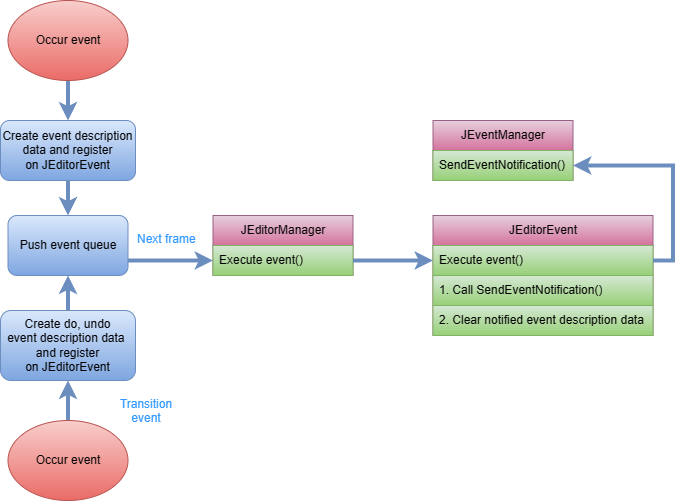
This is docs/Image/Editor/EditorEventProcess.drawio.png from nupnup-hub/JinEngine, a draw.io export, as it was before one commit. Source tidied: cells renumbered, new cells last; positions are measured from the earlier drawing's top-left corner, leaving out a move shared by most shapes. Source of this version:
```xml
<mxGraphModel>
  <root>
    <mxCell id="0" />
    <mxCell id="1" parent="0" />
    <mxCell id="2" style="endArrow=classic;html=1;rounded=0;strokeWidth=4;strokeColor=#B85450;fillColor=#e6d0de;gradientColor=#d5739d;exitX=0.25;exitY=0;exitDx=0;exitDy=0;entryX=0.249;entryY=0.999;entryDx=0;entryDy=0;entryPerimeter=0;" parent="1" edge="1">
      <mxGeometry relative="1" as="geometry">
        <mxPoint x="257.5" y="270" as="sourcePoint" />
        <mxPoint x="257.4" y="270" as="targetPoint" />
      </mxGeometry>
    </mxCell>
    <mxCell id="3" style="endArrow=classic;html=1;rounded=0;strokeWidth=4;strokeColor=#6c8ebf;fillColor=#dae8fc;gradientColor=#7ea6e0;entryX=0.5;entryY=0;entryDx=0;entryDy=0;exitX=0.5;exitY=1;exitDx=0;exitDy=0;" parent="1" edge="1" source="5" target="8">
      <mxGeometry relative="1" as="geometry" />
    </mxCell>
    <mxCell id="4" style="endArrow=classic;html=1;rounded=0;strokeWidth=4;strokeColor=#6c8ebf;fillColor=#dae8fc;gradientColor=#7ea6e0;exitX=1;exitY=0.75;exitDx=0;exitDy=0;entryX=0;entryY=0.5;entryDx=0;entryDy=0;" parent="1" edge="1" source="9" target="7">
      <mxGeometry relative="1" as="geometry" />
    </mxCell>
    <mxCell id="5" value="Occur event" style="ellipse;whiteSpace=wrap;html=1;fillColor=#f8cecc;strokeColor=#b85450;gradientColor=#ea6b66;" parent="1" vertex="1">
      <mxGeometry x="7.5" width="120" height="80" as="geometry" />
    </mxCell>
    <mxCell id="6" value="JEditorManager" style="swimlane;fontStyle=0;horizontal=1;startSize=30;whiteSpace=wrap;html=1;fillColor=#e6d0de;gradientColor=#d5739d;strokeColor=#996185;" parent="1" vertex="1">
      <mxGeometry x="212.5" y="215" width="140" height="60" as="geometry" />
    </mxCell>
    <mxCell id="7" value="Execute event()" style="text;strokeColor=#82b366;fillColor=#d5e8d4;align=left;verticalAlign=middle;spacingLeft=4;spacingRight=4;overflow=hidden;points=[[0,0.5],[1,0.5]];portConstraint=eastwest;whiteSpace=wrap;html=1;gradientColor=#97d077;" parent="6" vertex="1">
      <mxGeometry y="30" width="140" height="30" as="geometry" />
    </mxCell>
    <mxCell id="8" value="Create event&amp;nbsp;description data and register on&amp;nbsp;JEditorEvent" style="rounded=1;whiteSpace=wrap;html=1;fillColor=#dae8fc;strokeColor=#6c8ebf;gradientColor=#7ea6e0;" parent="1" vertex="1">
      <mxGeometry y="120" width="135" height="60" as="geometry" />
    </mxCell>
    <mxCell id="9" value="Push event queue" style="rounded=1;whiteSpace=wrap;html=1;fillColor=#dae8fc;strokeColor=#6c8ebf;gradientColor=#7ea6e0;" parent="1" vertex="1">
      <mxGeometry x="7.5" y="215" width="120" height="60" as="geometry" />
    </mxCell>
    <mxCell id="10" style="endArrow=classic;html=1;rounded=0;exitX=0.5;exitY=1;exitDx=0;exitDy=0;strokeWidth=4;strokeColor=#6c8ebf;fillColor=#dae8fc;gradientColor=#7ea6e0;entryX=0.5;entryY=0;entryDx=0;entryDy=0;" parent="1" edge="1" source="8" target="9">
      <mxGeometry relative="1" as="geometry" />
    </mxCell>
    <mxCell id="11" value="&lt;div style=&quot;text-align: center;&quot;&gt;&lt;span style=&quot;background-color: initial;&quot;&gt;&lt;font color=&quot;#3399ff&quot;&gt;Next frame&lt;/font&gt;&lt;/span&gt;&lt;/div&gt;" style="text;whiteSpace=wrap;html=1;" parent="1" vertex="1">
      <mxGeometry x="135" y="225" width="70" height="30" as="geometry" />
    </mxCell>
    <mxCell id="12" value="JEventManager" style="swimlane;fontStyle=0;horizontal=1;startSize=30;whiteSpace=wrap;html=1;fillColor=#e6d0de;gradientColor=#d5739d;strokeColor=#996185;" parent="1" vertex="1">
      <mxGeometry x="432.5" y="120" width="140" height="60" as="geometry" />
    </mxCell>
    <mxCell id="13" value="SendEventNotification()" style="text;strokeColor=#82b366;fillColor=#d5e8d4;align=left;verticalAlign=middle;spacingLeft=4;spacingRight=4;overflow=hidden;points=[[0,0.5],[1,0.5]];portConstraint=eastwest;whiteSpace=wrap;html=1;gradientColor=#97d077;" parent="12" vertex="1">
      <mxGeometry y="30" width="140" height="30" as="geometry" />
    </mxCell>
    <mxCell id="14" value="JEditorEvent" style="swimlane;fontStyle=0;horizontal=1;startSize=30;whiteSpace=wrap;html=1;fillColor=#e6d0de;gradientColor=#d5739d;strokeColor=#996185;" parent="1" vertex="1">
      <mxGeometry x="432.5" y="215" width="220" height="120" as="geometry" />
    </mxCell>
    <mxCell id="15" value="Execute event()" style="text;strokeColor=#82b366;fillColor=#d5e8d4;align=left;verticalAlign=middle;spacingLeft=4;spacingRight=4;overflow=hidden;points=[[0,0.5],[1,0.5]];portConstraint=eastwest;whiteSpace=wrap;html=1;gradientColor=#97d077;" parent="14" vertex="1">
      <mxGeometry y="30" width="220" height="30" as="geometry" />
    </mxCell>
    <mxCell id="16" value="1. Call SendEventNotification()" style="text;strokeColor=#82b366;fillColor=#d5e8d4;align=left;verticalAlign=middle;spacingLeft=4;spacingRight=4;overflow=hidden;points=[[0,0.5],[1,0.5]];portConstraint=eastwest;whiteSpace=wrap;html=1;gradientColor=#97d077;" parent="14" vertex="1">
      <mxGeometry y="60" width="220" height="30" as="geometry" />
    </mxCell>
    <mxCell id="17" value="2. Clear notified event&amp;nbsp;&lt;span style=&quot;text-align: center;&quot;&gt;description&amp;nbsp;&lt;/span&gt;data" style="text;strokeColor=#82b366;fillColor=#d5e8d4;align=left;verticalAlign=middle;spacingLeft=4;spacingRight=4;overflow=hidden;whiteSpace=wrap;html=1;gradientColor=#97d077;" parent="14" vertex="1">
      <mxGeometry y="90" width="220" height="30" as="geometry" />
    </mxCell>
    <mxCell id="18" style="endArrow=classic;html=1;rounded=0;strokeWidth=4;strokeColor=#6c8ebf;fillColor=#dae8fc;gradientColor=#7ea6e0;exitX=1;exitY=0.5;exitDx=0;exitDy=0;entryX=0;entryY=0.5;entryDx=0;entryDy=0;" parent="1" edge="1" source="7" target="15">
      <mxGeometry relative="1" as="geometry" />
    </mxCell>
    <mxCell id="19" style="endArrow=classic;html=1;rounded=0;strokeWidth=4;strokeColor=#6c8ebf;fillColor=#dae8fc;gradientColor=#7ea6e0;exitX=1;exitY=0.5;exitDx=0;exitDy=0;entryX=1;entryY=0.5;entryDx=0;entryDy=0;" parent="1" edge="1" source="15" target="13">
      <mxGeometry relative="1" as="geometry">
        <Array as="points">
          <mxPoint x="672.5" y="260" />
          <mxPoint x="672.5" y="215" />
          <mxPoint x="672.5" y="165" />
        </Array>
      </mxGeometry>
    </mxCell>
    <mxCell id="20" value="&lt;div style=&quot;text-align: center;&quot;&gt;&lt;span style=&quot;background-color: initial;&quot;&gt;&lt;font color=&quot;#3399ff&quot;&gt;Transition event&lt;/font&gt;&lt;/span&gt;&lt;/div&gt;" style="text;whiteSpace=wrap;html=1;" parent="1" vertex="1">
      <mxGeometry x="110" y="390" width="70" height="45" as="geometry" />
    </mxCell>
    <mxCell id="21" style="endArrow=classic;html=1;rounded=0;strokeWidth=4;strokeColor=#6c8ebf;fillColor=#dae8fc;gradientColor=#7ea6e0;entryX=0.5;entryY=1;entryDx=0;entryDy=0;exitX=0.5;exitY=0;exitDx=0;exitDy=0;" parent="1" edge="1" source="22" target="23">
      <mxGeometry relative="1" as="geometry" />
    </mxCell>
    <mxCell id="22" value="Occur event" style="ellipse;whiteSpace=wrap;html=1;fillColor=#f8cecc;strokeColor=#b85450;gradientColor=#ea6b66;" parent="1" vertex="1">
      <mxGeometry x="7.5" y="420" width="120" height="80" as="geometry" />
    </mxCell>
    <mxCell id="23" value="Create do, undo event&amp;nbsp;description data&amp;nbsp; and register on&amp;nbsp;JEditorEvent" style="rounded=1;whiteSpace=wrap;html=1;fillColor=#dae8fc;strokeColor=#6c8ebf;gradientColor=#7ea6e0;" parent="1" vertex="1">
      <mxGeometry y="310" width="135" height="70" as="geometry" />
    </mxCell>
    <mxCell id="24" style="endArrow=classic;html=1;rounded=0;strokeWidth=4;strokeColor=#6c8ebf;fillColor=#dae8fc;gradientColor=#7ea6e0;entryX=0.5;entryY=1;entryDx=0;entryDy=0;exitX=0.5;exitY=0;exitDx=0;exitDy=0;" parent="1" edge="1" source="23" target="9">
      <mxGeometry relative="1" as="geometry" />
    </mxCell>
  </root>
</mxGraphModel>
```
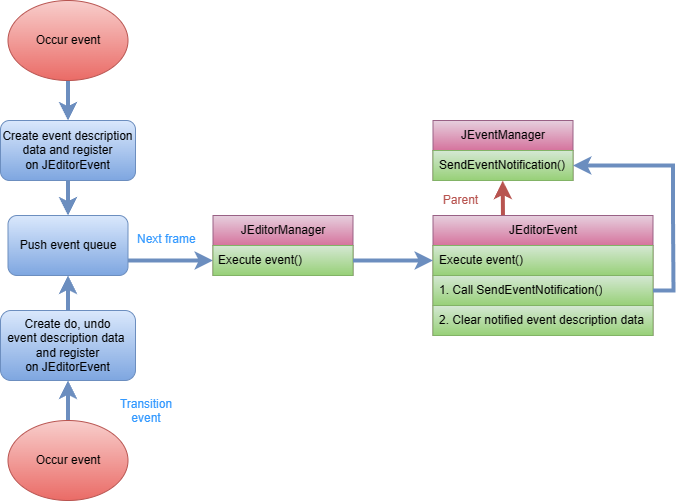
Above is the later version.

Diff of the diagram source:
```diff
@@ -56,10 +56,10 @@
     <mxCell id="18" style="endArrow=classic;html=1;rounded=0;strokeWidth=4;strokeColor=#6c8ebf;fillColor=#dae8fc;gradientColor=#7ea6e0;exitX=1;exitY=0.5;exitDx=0;exitDy=0;entryX=0;entryY=0.5;entryDx=0;entryDy=0;" parent="1" edge="1" source="7" target="15">
       <mxGeometry relative="1" as="geometry" />
     </mxCell>
-    <mxCell id="19" style="endArrow=classic;html=1;rounded=0;strokeWidth=4;strokeColor=#6c8ebf;fillColor=#dae8fc;gradientColor=#7ea6e0;exitX=1;exitY=0.5;exitDx=0;exitDy=0;entryX=1;entryY=0.5;entryDx=0;entryDy=0;" parent="1" edge="1" source="15" target="13">
+    <mxCell id="19" style="endArrow=classic;html=1;rounded=0;strokeWidth=4;strokeColor=#6c8ebf;fillColor=#dae8fc;gradientColor=#7ea6e0;entryX=1;entryY=0.5;entryDx=0;entryDy=0;exitX=1;exitY=0.5;exitDx=0;exitDy=0;" parent="1" edge="1" source="16" target="13">
       <mxGeometry relative="1" as="geometry">
         <Array as="points">
-          <mxPoint x="672.5" y="260" />
+          <mxPoint x="673" y="290" />
           <mxPoint x="672.5" y="215" />
           <mxPoint x="672.5" y="165" />
         </Array>
@@ -80,5 +80,11 @@
     <mxCell id="24" style="endArrow=classic;html=1;rounded=0;strokeWidth=4;strokeColor=#6c8ebf;fillColor=#dae8fc;gradientColor=#7ea6e0;entryX=0.5;entryY=1;entryDx=0;entryDy=0;exitX=0.5;exitY=0;exitDx=0;exitDy=0;" parent="1" edge="1" source="23" target="9">
       <mxGeometry relative="1" as="geometry" />
     </mxCell>
+    <mxCell id="25" style="endArrow=classic;html=1;rounded=0;strokeWidth=4;strokeColor=#B85450;fillColor=#e6d0de;gradientColor=#d5739d;entryX=0.498;entryY=1.007;entryDx=0;entryDy=0;entryPerimeter=0;exitX=0.318;exitY=-0.003;exitDx=0;exitDy=0;exitPerimeter=0;" parent="1" edge="1" source="14" target="13">
+      <mxGeometry relative="1" as="geometry" />
+    </mxCell>
+    <mxCell id="26" value="&lt;font color=&quot;#b85450&quot;&gt;Parent&lt;/font&gt;" style="text;html=1;align=center;verticalAlign=middle;strokeColor=none;fillColor=none;fontColor=#CC00CC;" parent="1" vertex="1">
+      <mxGeometry x="430" y="185" width="60" height="30" as="geometry" />
+    </mxCell>
   </root>
 </mxGraphModel>
```
